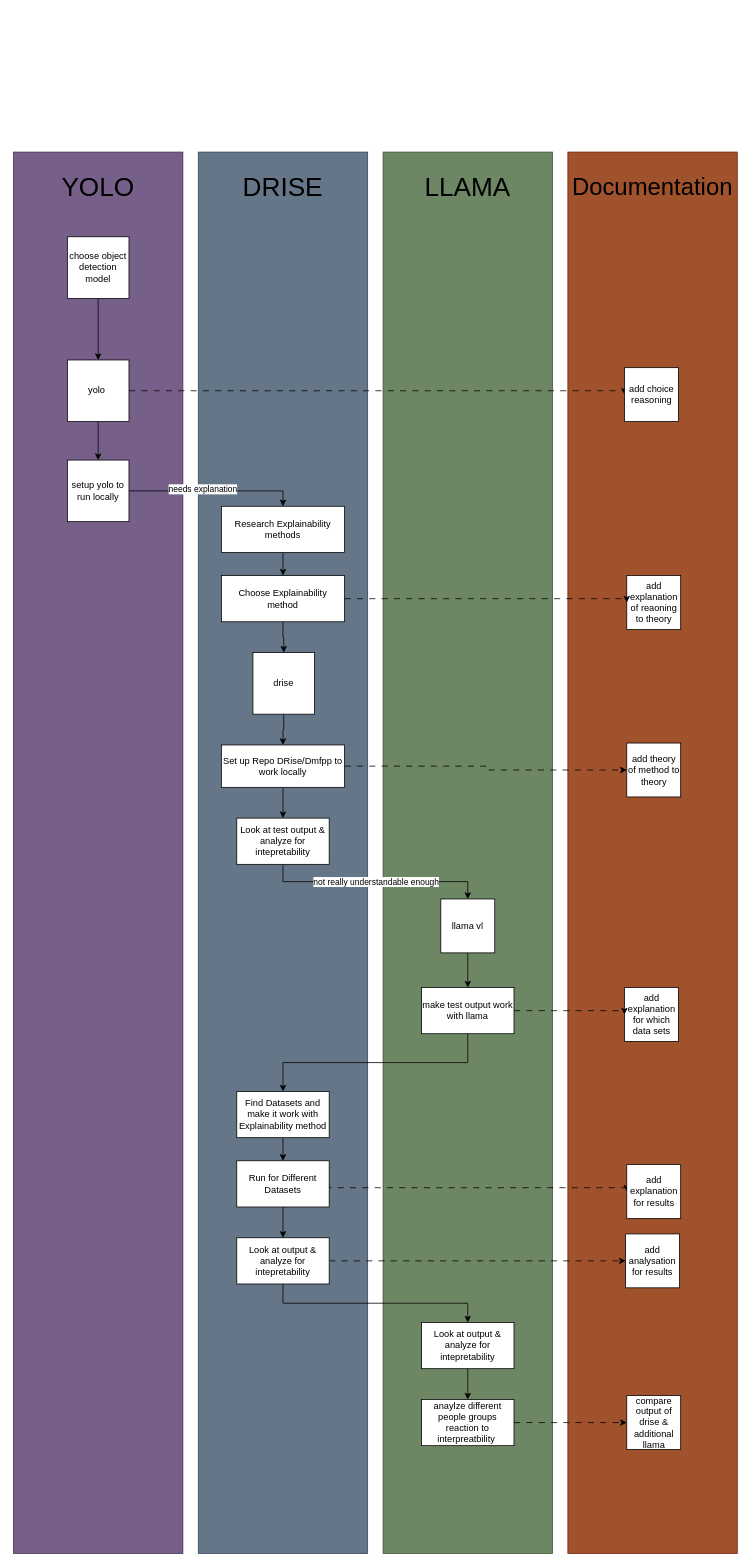
Earlier version of the draw.io diagram diagrams/methods.drawio (rieselin/PA_Trustworthy_AI). Source tidied: cells renumbered, new cells numbered last; positions are measured from the earlier drawing's top-left corner, leaving out a move shared by most shapes. Both pictures are drawn from the tidied source at 77%, with x=0, y=0 at pixel (13, 152).
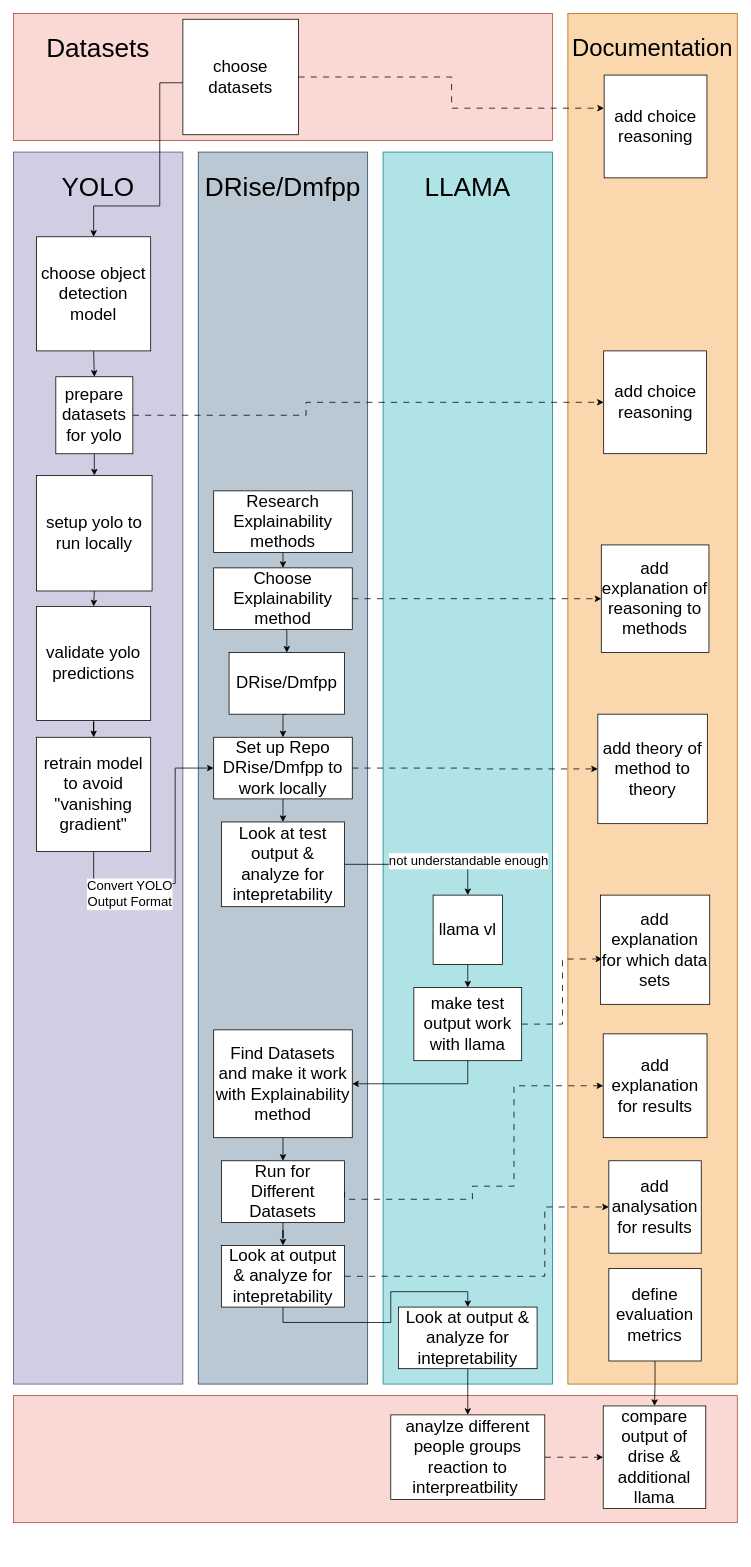
The same diagram, later.

What changed in the source:
```diff
@@
+    <mxCell id="54" style="rounded=0;whiteSpace=wrap;html=1;fillColor=#fad9d5;strokeColor=#ae4132;" parent="1" vertex="1">
+      <mxGeometry y="1615" width="940" height="165" as="geometry" />
+    </mxCell>
-    <mxCell id="2" style="rounded=0;whiteSpace=wrap;html=1;fillColor=#647687;fontColor=#ffffff;strokeColor=#314354;" parent="1" vertex="1">
-      <mxGeometry x="240" width="220" height="1820" as="geometry" />
+    <mxCell id="2" style="rounded=0;whiteSpace=wrap;html=1;fillColor=#bac8d3;strokeColor=#23445d;" parent="1" vertex="1">
+      <mxGeometry x="240" width="220" height="1600" as="geometry" />
     </mxCell>
-    <mxCell id="3" style="rounded=0;whiteSpace=wrap;html=1;fillColor=#6d8764;fontColor=#ffffff;strokeColor=#3A5431;" parent="1" vertex="1">
-      <mxGeometry x="480" width="220" height="1820" as="geometry" />
+    <mxCell id="3" style="rounded=0;whiteSpace=wrap;html=1;fillColor=#b0e3e6;strokeColor=#0e8088;" parent="1" vertex="1">
+      <mxGeometry x="480" width="220" height="1600" as="geometry" />
     </mxCell>
-    <mxCell id="4" style="rounded=0;whiteSpace=wrap;html=1;fillColor=#a0522d;fontColor=#ffffff;strokeColor=#6D1F00;" parent="1" vertex="1">
-      <mxGeometry x="720" width="220" height="1820" as="geometry" />
+    <mxCell id="4" style="rounded=0;whiteSpace=wrap;html=1;fillColor=#fad7ac;strokeColor=#b46504;" parent="1" vertex="1">
+      <mxGeometry x="720" y="-180" width="220" height="1780" as="geometry" />
     </mxCell>
-    <mxCell id="5" style="rounded=0;whiteSpace=wrap;html=1;fillColor=#76608a;fontColor=#ffffff;strokeColor=#432D57;" parent="1" vertex="1">
-      <mxGeometry width="220" height="1820" as="geometry" />
+    <mxCell id="5" style="rounded=0;whiteSpace=wrap;html=1;fillColor=#d0cee2;strokeColor=#56517e;" parent="1" vertex="1">
+      <mxGeometry width="220" height="1600" as="geometry" />
     </mxCell>
@@
     <mxCell id="7" style="edgeStyle=orthogonalEdgeStyle;rounded=0;jettySize=auto;html=1;exitX=1;exitY=0.5;exitDx=0;exitDy=0;entryX=0;entryY=0.5;entryDx=0;entryDy=0;dashed=1;dashPattern=8 8;" parent="1" edge="1" source="8" target="19">
-      <mxGeometry relative="1" as="geometry" />
+      <mxGeometry relative="1" as="geometry">
+        <Array as="points">
+          <mxPoint x="600" y="800" />
+          <mxPoint x="600" y="801" />
+        </Array>
+      </mxGeometry>
     </mxCell>
-    <mxCell id="8" value="Set up Repo DRise/Dmfpp to work locally" style="rounded=0;whiteSpace=wrap;html=1;" parent="1" vertex="1">
-      <mxGeometry x="270" y="770" width="160" height="55" as="geometry" />
+    <mxCell id="8" value="Set up Repo DRise/Dmfpp to work locally" style="rounded=0;whiteSpace=wrap;html=1;fontSize=22;" parent="1" vertex="1">
+      <mxGeometry x="260" y="760" width="180" height="80" as="geometry" />
     </mxCell>
-    <mxCell id="9" value="not really understandable enough" style="edgeStyle=orthogonalEdgeStyle;rounded=0;jettySize=auto;html=1;exitX=0.5;exitY=1;exitDx=0;exitDy=0;entryX=0.5;entryY=0;entryDx=0;entryDy=0;" parent="1" edge="1" source="10" target="43">
+    <mxCell id="9" style="edgeStyle=orthogonalEdgeStyle;rounded=0;jettySize=auto;html=1;exitX=1;exitY=0.5;exitDx=0;exitDy=0;entryX=0.5;entryY=0;entryDx=0;entryDy=0;" parent="1" edge="1" source="10" target="43">
       <mxGeometry relative="1" as="geometry" />
     </mxCell>
+    <mxCell id="55" value="&lt;span style=&quot;font-size: 17px;&quot;&gt;not understandable enough&lt;/span&gt;" style="edgeLabel;html=1;align=center;verticalAlign=middle;" parent="9" vertex="1">
+      <mxGeometry x="-0.43" y="-1" relative="1" as="geometry">
+        <mxPoint x="103" y="-6" as="offset" />
+      </mxGeometry>
+    </mxCell>
-    <mxCell id="10" value="Look at test output &amp;amp; analyze for intepretability" style="rounded=0;whiteSpace=wrap;html=1;" parent="1" vertex="1">
-      <mxGeometry x="290" y="865" width="120" height="60" as="geometry" />
+    <mxCell id="10" value="Look at test output &amp;amp; analyze for intepretability" style="rounded=0;whiteSpace=wrap;html=1;fontSize=22;" parent="1" vertex="1">
+      <mxGeometry x="270" y="870" width="160" height="110" as="geometry" />
     </mxCell>
@@
-    <mxCell id="12" style="edgeStyle=orthogonalEdgeStyle;rounded=0;jettySize=auto;html=1;exitX=1;exitY=0.5;exitDx=0;exitDy=0;entryX=0;entryY=0.5;entryDx=0;entryDy=0;dashed=1;dashPattern=8 8;" parent="1" edge="1" source="13" target="24">
-      <mxGeometry relative="1" as="geometry">
-        <Array as="points">
-          <mxPoint x="650" y="1345" />
-          <mxPoint x="650" y="1345" />
-        </Array>
-      </mxGeometry>
-    </mxCell>
-    <mxCell id="13" value="Run for Different Datasets" style="rounded=0;whiteSpace=wrap;html=1;" parent="1" vertex="1">
-      <mxGeometry x="290" y="1310" width="120" height="60" as="geometry" />
+    <mxCell id="13" value="&lt;font style=&quot;font-size: 22px;&quot;&gt;Run for Different Datasets&lt;/font&gt;" style="rounded=0;whiteSpace=wrap;html=1;" parent="1" vertex="1">
+      <mxGeometry x="270" y="1310" width="160" height="80" as="geometry" />
     </mxCell>
@@
-    <mxCell id="15" value="Find Datasets and make it work with Explainability method" style="rounded=0;whiteSpace=wrap;html=1;" parent="1" vertex="1">
-      <mxGeometry x="290" y="1220" width="120" height="60" as="geometry" />
+    <mxCell id="15" value="&lt;font style=&quot;font-size: 22px;&quot;&gt;Find Datasets and make it work with Explainability method&lt;/font&gt;" style="rounded=0;whiteSpace=wrap;html=1;" parent="1" vertex="1">
+      <mxGeometry x="260" y="1140" width="180" height="140" as="geometry" />
     </mxCell>
@@
+    <mxCell id="34" style="edgeStyle=orthogonalEdgeStyle;rounded=0;jettySize=auto;html=1;exitX=1;exitY=0.5;exitDx=0;exitDy=0;entryX=0;entryY=0.5;entryDx=0;entryDy=0;dashed=1;dashPattern=8 8;" parent="1" edge="1" source="17" target="18">
+      <mxGeometry relative="1" as="geometry" />
+    </mxCell>
-    <mxCell id="17" value="Choose Explainability method" style="rounded=0;whiteSpace=wrap;html=1;" parent="1" vertex="1">
-      <mxGeometry x="270" y="550" width="160" height="60" as="geometry" />
+    <mxCell id="17" value="&lt;font style=&quot;font-size: 22px;&quot;&gt;Choose Explainability method&lt;/font&gt;" style="rounded=0;whiteSpace=wrap;html=1;" parent="1" vertex="1">
+      <mxGeometry x="260" y="540" width="180" height="80" as="geometry" />
     </mxCell>
-    <mxCell id="18" value="add explanation of reaoning to theory" style="whiteSpace=wrap;html=1;" parent="1" vertex="1">
-      <mxGeometry x="796.5" y="550" width="70" height="70" as="geometry" />
+    <mxCell id="18" value="add explanation of reasoning to methods" style="whiteSpace=wrap;html=1;fontSize=22;" parent="1" vertex="1">
+      <mxGeometry x="763.4" y="510.2" width="139.8" height="139.8" as="geometry" />
     </mxCell>
-    <mxCell id="19" value="add theory of method to theory" style="whiteSpace=wrap;html=1;" parent="1" vertex="1">
-      <mxGeometry x="796.5" y="767.5" width="70" height="70" as="geometry" />
+    <mxCell id="19" value="add theory of method to theory" style="whiteSpace=wrap;html=1;fontSize=22;" parent="1" vertex="1">
+      <mxGeometry x="758.9" y="730" width="142.2" height="142.2" as="geometry" />
     </mxCell>
-    <mxCell id="20" value="add explanation for which data sets" style="whiteSpace=wrap;html=1;" parent="1" vertex="1">
-      <mxGeometry x="793.5" y="1085" width="70" height="70" as="geometry" />
+    <mxCell id="20" value="add explanation for which data sets" style="whiteSpace=wrap;html=1;fontSize=22;" parent="1" vertex="1">
+      <mxGeometry x="762.4" y="965" width="141.8" height="141.8" as="geometry" />
     </mxCell>
@@
-    <mxCell id="22" style="edgeStyle=orthogonalEdgeStyle;rounded=0;jettySize=auto;html=1;exitX=1;exitY=0.5;exitDx=0;exitDy=0;entryX=0;entryY=0.5;entryDx=0;entryDy=0;dashed=1;dashPattern=8 8;" parent="1" edge="1" source="23" target="20">
-      <mxGeometry relative="1" as="geometry">
-        <Array as="points">
-          <mxPoint x="700" y="1115" />
-          <mxPoint x="700" y="1115" />
-        </Array>
-      </mxGeometry>
-    </mxCell>
-    <mxCell id="23" value="make test output work with llama" style="rounded=0;whiteSpace=wrap;html=1;" parent="1" vertex="1">
-      <mxGeometry x="530" y="1085" width="120" height="60" as="geometry" />
+    <mxCell id="23" value="&lt;font style=&quot;font-size: 22px;&quot;&gt;make test output work with llama&lt;/font&gt;" style="rounded=0;whiteSpace=wrap;html=1;" parent="1" vertex="1">
+      <mxGeometry x="520" y="1085" width="140" height="95" as="geometry" />
     </mxCell>
-    <mxCell id="24" value="add explanation for results" style="whiteSpace=wrap;html=1;" parent="1" vertex="1">
-      <mxGeometry x="796.5" y="1315" width="70" height="70" as="geometry" />
+    <mxCell id="24" value="add explanation for results" style="whiteSpace=wrap;html=1;fontSize=22;" parent="1" vertex="1">
+      <mxGeometry x="765.9" y="1145.2" width="134.8" height="134.8" as="geometry" />
     </mxCell>
     <mxCell id="25" style="edgeStyle=orthogonalEdgeStyle;rounded=0;jettySize=auto;html=1;exitX=0.5;exitY=1;exitDx=0;exitDy=0;entryX=0.5;entryY=0;entryDx=0;entryDy=0;" parent="1" edge="1" source="27" target="30">
-      <mxGeometry relative="1" as="geometry" />
+      <mxGeometry relative="1" as="geometry">
+        <Array as="points">
+          <mxPoint x="350" y="1520" />
+          <mxPoint x="490" y="1520" />
+          <mxPoint x="490" y="1480" />
+          <mxPoint x="590" y="1480" />
+        </Array>
+      </mxGeometry>
     </mxCell>
     <mxCell id="26" style="edgeStyle=orthogonalEdgeStyle;rounded=0;jettySize=auto;html=1;exitX=1;exitY=0.5;exitDx=0;exitDy=0;entryX=0;entryY=0.5;entryDx=0;entryDy=0;dashed=1;dashPattern=8 8;" parent="1" edge="1" source="27" target="28">
-      <mxGeometry relative="1" as="geometry" />
+      <mxGeometry relative="1" as="geometry">
+        <Array as="points">
+          <mxPoint x="690" y="1460" />
+          <mxPoint x="690" y="1370" />
+        </Array>
+      </mxGeometry>
     </mxCell>
-    <mxCell id="27" value="Look at output &amp;amp; analyze for intepretability" style="rounded=0;whiteSpace=wrap;html=1;" parent="1" vertex="1">
-      <mxGeometry x="290" y="1410" width="120" height="60" as="geometry" />
+    <mxCell id="27" value="&lt;font style=&quot;font-size: 22px;&quot;&gt;Look at output &amp;amp; analyze for intepretability&lt;/font&gt;" style="rounded=0;whiteSpace=wrap;html=1;" parent="1" vertex="1">
+      <mxGeometry x="270" y="1420" width="160" height="80" as="geometry" />
     </mxCell>
-    <mxCell id="28" value="add analysation for results" style="whiteSpace=wrap;html=1;" parent="1" vertex="1">
-      <mxGeometry x="795" y="1405" width="70" height="70" as="geometry" />
+    <mxCell id="28" value="add analysation for results" style="whiteSpace=wrap;html=1;fontSize=22;" parent="1" vertex="1">
+      <mxGeometry x="773.2" y="1310" width="120" height="120" as="geometry" />
     </mxCell>
@@
-    <mxCell id="30" value="Look at output &amp;amp; analyze for intepretability" style="rounded=0;whiteSpace=wrap;html=1;" parent="1" vertex="1">
-      <mxGeometry x="530" y="1520" width="120" height="60" as="geometry" />
+    <mxCell id="30" value="&lt;font style=&quot;font-size: 22px;&quot;&gt;Look at output &amp;amp; analyze for intepretability&lt;/font&gt;" style="rounded=0;whiteSpace=wrap;html=1;" parent="1" vertex="1">
+      <mxGeometry x="500" y="1500" width="180" height="80" as="geometry" />
     </mxCell>
@@
-    <mxCell id="32" value="anaylze different people groups reaction to interpreatbility&amp;nbsp;" style="rounded=0;whiteSpace=wrap;html=1;" parent="1" vertex="1">
-      <mxGeometry x="530" y="1620" width="120" height="60" as="geometry" />
+    <mxCell id="32" value="&lt;font style=&quot;font-size: 22px;&quot;&gt;anaylze different people groups reaction to interpreatbility&amp;nbsp;&lt;/font&gt;" style="rounded=0;whiteSpace=wrap;html=1;" parent="1" vertex="1">
+      <mxGeometry x="490" y="1640" width="200" height="110" as="geometry" />
     </mxCell>
-    <mxCell id="33" value="compare output of drise &amp;amp; additional llama" style="whiteSpace=wrap;html=1;" parent="1" vertex="1">
-      <mxGeometry x="796.5" y="1615" width="70" height="70" as="geometry" />
+    <mxCell id="33" value="compare output of drise &amp;amp; additional llama" style="whiteSpace=wrap;html=1;fontSize=22;" parent="1" vertex="1">
+      <mxGeometry x="765.9" y="1628.4" width="133.2" height="133.2" as="geometry" />
     </mxCell>
-    <mxCell id="34" style="edgeStyle=orthogonalEdgeStyle;rounded=0;jettySize=auto;html=1;exitX=1;exitY=0.5;exitDx=0;exitDy=0;entryX=0;entryY=0.5;entryDx=0;entryDy=0;dashed=1;dashPattern=8 8;" parent="1" edge="1" source="17" target="18">
-      <mxGeometry relative="1" as="geometry">
-        <Array as="points">
-          <mxPoint x="450" y="580" />
-          <mxPoint x="450" y="580" />
-        </Array>
-      </mxGeometry>
-    </mxCell>
@@
-    <mxCell id="36" value="Research Explainability methods" style="rounded=0;whiteSpace=wrap;html=1;" parent="1" vertex="1">
-      <mxGeometry x="270" y="460" width="160" height="60" as="geometry" />
+    <mxCell id="36" value="Research Explainability methods" style="rounded=0;whiteSpace=wrap;html=1;fontSize=22;" parent="1" vertex="1">
+      <mxGeometry x="260" y="440" width="180" height="80" as="geometry" />
     </mxCell>
@@
-    <mxCell id="38" value="drise" style="whiteSpace=wrap;html=1;" parent="1" vertex="1">
-      <mxGeometry x="311" y="650" width="80" height="80" as="geometry" />
+    <mxCell id="38" value="DRise/Dmfpp" style="whiteSpace=wrap;html=1;fontSize=22;" parent="1" vertex="1">
+      <mxGeometry x="280" y="650" width="150" height="80" as="geometry" />
     </mxCell>
@@
     <mxCell id="40" style="edgeStyle=orthogonalEdgeStyle;rounded=0;jettySize=auto;html=1;exitX=1;exitY=0.5;exitDx=0;exitDy=0;entryX=0;entryY=0.5;entryDx=0;entryDy=0;dashed=1;dashPattern=8 8;" parent="1" edge="1" source="41" target="49">
       <mxGeometry relative="1" as="geometry">
         <Array as="points">
-          <mxPoint x="460" y="310" />
-          <mxPoint x="460" y="310" />
+          <mxPoint x="380" y="342" />
+          <mxPoint x="380" y="325" />
         </Array>
       </mxGeometry>
     </mxCell>
-    <mxCell id="41" value="yolo&amp;nbsp;" style="whiteSpace=wrap;html=1;" parent="1" vertex="1">
-      <mxGeometry x="70" y="270" width="80" height="80" as="geometry" />
+    <mxCell id="41" value="prepare datasets for yolo" style="whiteSpace=wrap;html=1;fontSize=22;" parent="1" vertex="1">
+      <mxGeometry x="55" y="291.8" width="100" height="100" as="geometry" />
     </mxCell>
@@
-    <mxCell id="43" value="llama vl" style="whiteSpace=wrap;html=1;" parent="1" vertex="1">
-      <mxGeometry x="555" y="970" width="70" height="70" as="geometry" />
+    <mxCell id="43" value="&lt;font style=&quot;font-size: 22px;&quot;&gt;llama vl&lt;/font&gt;" style="whiteSpace=wrap;html=1;" parent="1" vertex="1">
+      <mxGeometry x="545" y="965" width="90" height="90" as="geometry" />
     </mxCell>
-    <mxCell id="44" style="edgeStyle=orthogonalEdgeStyle;rounded=0;jettySize=auto;html=1;" parent="1" edge="1" source="45" target="41">
+    <mxCell id="44" style="edgeStyle=orthogonalEdgeStyle;rounded=0;jettySize=auto;html=1;exitX=0.5;exitY=1;exitDx=0;exitDy=0;entryX=0.5;entryY=0;entryDx=0;entryDy=0;" parent="1" edge="1" source="45" target="41">
       <mxGeometry relative="1" as="geometry" />
     </mxCell>
-    <mxCell id="45" value="choose object detection model" style="whiteSpace=wrap;html=1;" parent="1" vertex="1">
-      <mxGeometry x="70" y="110" width="80" height="80" as="geometry" />
+    <mxCell id="45" value="choose object detection model" style="whiteSpace=wrap;html=1;fontSize=22;" parent="1" vertex="1">
+      <mxGeometry x="30" y="110" width="148.2" height="148.2" as="geometry" />
     </mxCell>
-    <mxCell id="46" style="edgeStyle=orthogonalEdgeStyle;rounded=0;jettySize=auto;html=1;entryX=0.5;entryY=0;entryDx=0;entryDy=0;" parent="1" edge="1" source="48" target="36">
-      <mxGeometry relative="1" as="geometry" />
-    </mxCell>
-    <mxCell id="47" value="needs explanation" style="edgeLabel;html=1;align=center;verticalAlign=middle;" parent="46" vertex="1">
-      <mxGeometry x="-0.14" y="3" relative="1" as="geometry" />
-    </mxCell>
+    <mxCell id="56" style="edgeStyle=orthogonalEdgeStyle;rounded=0;jettySize=auto;html=1;exitX=0.5;exitY=1;exitDx=0;exitDy=0;entryX=0.5;entryY=0;entryDx=0;entryDy=0;" parent="1" edge="1" source="48" target="63">
+      <mxGeometry relative="1" as="geometry" />
+    </mxCell>
-    <mxCell id="48" value="setup yolo to run locally" style="whiteSpace=wrap;html=1;" parent="1" vertex="1">
-      <mxGeometry x="70" y="400" width="80" height="80" as="geometry" />
+    <mxCell id="48" value="setup yolo to run locally" style="whiteSpace=wrap;html=1;fontSize=22;" parent="1" vertex="1">
+      <mxGeometry x="30" y="420" width="150" height="150" as="geometry" />
     </mxCell>
-    <mxCell id="49" value="add choice reasoning" style="whiteSpace=wrap;html=1;" parent="1" vertex="1">
-      <mxGeometry x="793.5" y="280" width="70" height="70" as="geometry" />
+    <mxCell id="49" value="add choice reasoning" style="whiteSpace=wrap;html=1;fontSize=22;" parent="1" vertex="1">
+      <mxGeometry x="766.5" y="258.2" width="133.5" height="133.5" as="geometry" />
     </mxCell>
     <mxCell id="50" value="&lt;font style=&quot;font-size: 31px;&quot;&gt;Documentation&lt;/font&gt;" style="text;html=1;whiteSpace=wrap;strokeColor=none;fillColor=none;align=center;verticalAlign=middle;rounded=0;" parent="1" vertex="1">
-      <mxGeometry x="720" width="220" height="90" as="geometry" />
+      <mxGeometry x="720" y="-180" width="220" height="90" as="geometry" />
     </mxCell>
@@
-    <mxCell id="52" value="&lt;span style=&quot;font-size: 34px;&quot;&gt;DRISE&lt;/span&gt;" style="text;html=1;whiteSpace=wrap;strokeColor=none;fillColor=none;align=center;verticalAlign=middle;rounded=0;" parent="1" vertex="1">
+    <mxCell id="52" value="&lt;font style=&quot;font-size: 34px;&quot;&gt;DRise/Dmfpp&lt;/font&gt;" style="text;html=1;whiteSpace=wrap;strokeColor=none;fillColor=none;align=center;verticalAlign=middle;rounded=0;" parent="1" vertex="1">
       <mxGeometry x="240" width="220" height="90" as="geometry" />
     </mxCell>
@@
+    <mxCell id="22" style="edgeStyle=orthogonalEdgeStyle;rounded=0;jettySize=auto;html=1;exitX=1;exitY=0.5;exitDx=0;exitDy=0;entryX=0.015;entryY=0.585;entryDx=0;entryDy=0;entryPerimeter=0;dashed=1;dashPattern=8 8;" parent="1" edge="1" source="23" target="20">
+      <mxGeometry relative="1" as="geometry">
+        <Array as="points">
+          <mxPoint x="713" y="1132" />
+        </Array>
+      </mxGeometry>
+    </mxCell>
+    <mxCell id="12" style="edgeStyle=orthogonalEdgeStyle;rounded=0;jettySize=auto;html=1;exitX=1;exitY=0.5;exitDx=0;exitDy=0;dashed=1;dashPattern=8 8;entryX=0;entryY=0.5;entryDx=0;entryDy=0;" parent="1" edge="1" source="13" target="24">
+      <mxGeometry relative="1" as="geometry">
+        <Array as="points">
+          <mxPoint x="430" y="1360" />
+          <mxPoint x="596" y="1360" />
+          <mxPoint x="596" y="1343" />
+          <mxPoint x="650" y="1343" />
+          <mxPoint x="650" y="1213" />
+        </Array>
+      </mxGeometry>
+    </mxCell>
+    <mxCell id="57" style="rounded=0;whiteSpace=wrap;html=1;fillColor=#fad9d5;strokeColor=#ae4132;" parent="1" vertex="1">
+      <mxGeometry y="-180" width="700" height="165" as="geometry" />
+    </mxCell>
+    <mxCell id="58" value="&lt;span style=&quot;font-size: 34px;&quot;&gt;Datasets&lt;/span&gt;" style="text;html=1;whiteSpace=wrap;strokeColor=none;fillColor=none;align=center;verticalAlign=middle;rounded=0;" parent="1" vertex="1">
+      <mxGeometry y="-180" width="220" height="90" as="geometry" />
+    </mxCell>
+    <mxCell id="59" style="edgeStyle=orthogonalEdgeStyle;rounded=0;jettySize=auto;html=1;exitX=1;exitY=1;exitDx=0;exitDy=0;entryX=0.5;entryY=0;entryDx=0;entryDy=0;" parent="1" edge="1" source="58" target="45">
+      <mxGeometry relative="1" as="geometry">
+        <Array as="points">
+          <mxPoint x="190" y="-90" />
+          <mxPoint x="190" y="70" />
+          <mxPoint x="104" y="70" />
+        </Array>
+      </mxGeometry>
+    </mxCell>
+    <mxCell id="60" style="edgeStyle=orthogonalEdgeStyle;rounded=0;jettySize=auto;html=1;exitX=1;exitY=0.5;exitDx=0;exitDy=0;entryX=-0.002;entryY=0.322;entryDx=0;entryDy=0;dashed=1;dashPattern=8 8;entryPerimeter=0;" parent="1" edge="1" source="61" target="69">
+      <mxGeometry relative="1" as="geometry">
+        <Array as="points">
+          <mxPoint x="569" y="-97" />
+          <mxPoint x="569" y="-57" />
+        </Array>
+      </mxGeometry>
+    </mxCell>
+    <mxCell id="61" value="choose datasets" style="whiteSpace=wrap;html=1;fontSize=22;" parent="1" vertex="1">
+      <mxGeometry x="220" y="-172.5" width="150" height="150" as="geometry" />
+    </mxCell>
+    <mxCell id="62" style="edgeStyle=orthogonalEdgeStyle;rounded=0;jettySize=auto;html=1;exitX=0.5;exitY=1;exitDx=0;exitDy=0;" parent="1" edge="1" source="63" target="66">
+      <mxGeometry relative="1" as="geometry" />
+    </mxCell>
+    <mxCell id="63" value="validate yolo predictions" style="whiteSpace=wrap;html=1;fontSize=22;" parent="1" vertex="1">
+      <mxGeometry x="30" y="590" width="148.2" height="148.2" as="geometry" />
+    </mxCell>
+    <mxCell id="64" style="edgeStyle=orthogonalEdgeStyle;rounded=0;jettySize=auto;html=1;exitX=0.5;exitY=1;exitDx=0;exitDy=0;" parent="1" edge="1" source="66" target="8">
+      <mxGeometry relative="1" as="geometry">
+        <Array as="points">
+          <mxPoint x="104" y="950" />
+          <mxPoint x="210" y="950" />
+          <mxPoint x="210" y="800" />
+        </Array>
+      </mxGeometry>
+    </mxCell>
+    <mxCell id="65" value="&lt;font style=&quot;font-size: 17px;&quot;&gt;Convert YOLO&lt;/font&gt;&lt;div&gt;&lt;font style=&quot;font-size: 17px;&quot;&gt;Output Format&lt;/font&gt;&lt;/div&gt;" style="edgeLabel;html=1;align=center;verticalAlign=middle;" parent="64" vertex="1">
+      <mxGeometry x="0.24" y="1" relative="1" as="geometry">
+        <mxPoint x="-59" y="82" as="offset" />
+      </mxGeometry>
+    </mxCell>
+    <mxCell id="66" value="retrain model to avoid &quot;vanishing gradient&quot;" style="whiteSpace=wrap;html=1;fontSize=22;" parent="1" vertex="1">
+      <mxGeometry x="30" y="760" width="148.2" height="148.2" as="geometry" />
+    </mxCell>
+    <mxCell id="67" style="edgeStyle=orthogonalEdgeStyle;rounded=0;jettySize=auto;html=1;exitX=0.5;exitY=1;exitDx=0;exitDy=0;entryX=0.5;entryY=0;entryDx=0;entryDy=0;" parent="1" edge="1" source="68" target="33">
+      <mxGeometry relative="1" as="geometry" />
+    </mxCell>
+    <mxCell id="68" value="define evaluation metrics" style="whiteSpace=wrap;html=1;fontSize=22;" parent="1" vertex="1">
+      <mxGeometry x="773.2" y="1450" width="120" height="120" as="geometry" />
+    </mxCell>
+    <mxCell id="69" value="add choice reasoning" style="whiteSpace=wrap;html=1;fontSize=22;" parent="1" vertex="1">
+      <mxGeometry x="767.1" y="-100" width="133.5" height="133.5" as="geometry" />
+    </mxCell>
```
